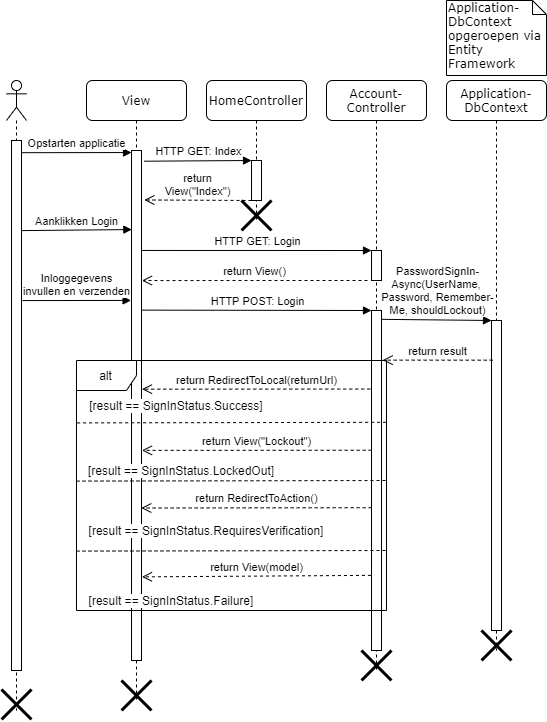
Above: documenten/analyseverslag/sequentiediagram/sequentiediagram_2.png in philipkukoba/Bachelors-Dissertation-DroneWebApp (draw.io), before the change. Source tidied: cells renumbered, new cells last; positions are measured from the earlier drawing's top-left corner, leaving out a move shared by most shapes. Source of this version:
```xml
<mxGraphModel background="#ffffff">
  <root>
    <mxCell id="0" />
    <mxCell id="1" parent="0" />
    <mxCell id="2" value="PasswordSignIn-&lt;br&gt;Async(UserName,&amp;nbsp;&lt;br&gt;Password, Remember-&lt;br&gt;Me, shouldLockout)" style="html=1;verticalAlign=bottom;endArrow=block;entryX=0;entryY=0;entryDx=0;entryDy=0;entryPerimeter=0;exitX=1.033;exitY=0.026;exitDx=0;exitDy=0;exitPerimeter=0;" parent="1" edge="1" source="11" target="15">
      <mxGeometry relative="1" as="geometry" />
    </mxCell>
    <mxCell id="3" value="View" style="shape=umlLifeline;perimeter=lifelinePerimeter;whiteSpace=wrap;html=1;rounded=1;shadow=0;comic=0;labelBackgroundColor=none;strokeWidth=1;fontFamily=Verdana;fontSize=12;align=center;" parent="1" vertex="1">
      <mxGeometry x="85" y="80" width="100" height="620" as="geometry" />
    </mxCell>
    <mxCell id="4" style="html=1;points=[];perimeter=orthogonalPerimeter;" parent="3" vertex="1">
      <mxGeometry x="45" y="70" width="10" height="510" as="geometry" />
    </mxCell>
    <mxCell id="5" value="&lt;span style=&quot;background-color: rgb(255 , 255 , 255)&quot;&gt;[result == SignInStatus.Success]&lt;/span&gt;" style="text;html=1;strokeColor=none;fillColor=none;align=center;verticalAlign=middle;whiteSpace=wrap;rounded=0;" parent="3" vertex="1">
      <mxGeometry y="315" width="180" height="20" as="geometry" />
    </mxCell>
    <mxCell id="6" style="shape=umlDestroy;whiteSpace=wrap;html=1;strokeWidth=3;" parent="3" vertex="1">
      <mxGeometry x="35" y="600" width="30" height="30" as="geometry" />
    </mxCell>
    <mxCell id="7" value="HomeController" style="shape=umlLifeline;perimeter=lifelinePerimeter;whiteSpace=wrap;html=1;rounded=1;shadow=0;comic=0;labelBackgroundColor=none;strokeWidth=1;fontFamily=Verdana;fontSize=12;align=center;" parent="1" vertex="1">
      <mxGeometry x="205" y="80" width="100" height="140" as="geometry" />
    </mxCell>
    <mxCell id="8" style="html=1;points=[];perimeter=orthogonalPerimeter;" parent="7" vertex="1">
      <mxGeometry x="45" y="80" width="10" height="40" as="geometry" />
    </mxCell>
    <mxCell id="9" style="shape=umlDestroy;whiteSpace=wrap;html=1;strokeWidth=3;" parent="7" vertex="1">
      <mxGeometry x="35" y="120" width="30" height="30" as="geometry" />
    </mxCell>
    <mxCell id="10" value="Account-Controller" style="shape=umlLifeline;perimeter=lifelinePerimeter;whiteSpace=wrap;html=1;rounded=1;shadow=0;comic=0;labelBackgroundColor=none;strokeWidth=1;fontFamily=Verdana;fontSize=12;align=center;" parent="1" vertex="1">
      <mxGeometry x="325" y="80" width="100" height="590" as="geometry" />
    </mxCell>
    <mxCell id="11" style="html=1;points=[];perimeter=orthogonalPerimeter;strokeWidth=1;" parent="10" vertex="1">
      <mxGeometry x="45" y="230" width="10" height="340" as="geometry" />
    </mxCell>
    <mxCell id="12" style="html=1;points=[];perimeter=orthogonalPerimeter;strokeWidth=1;" parent="10" vertex="1">
      <mxGeometry x="45" y="170" width="10" height="30" as="geometry" />
    </mxCell>
    <mxCell id="13" style="shape=umlDestroy;whiteSpace=wrap;html=1;strokeWidth=3;" parent="10" vertex="1">
      <mxGeometry x="35" y="570" width="30" height="30" as="geometry" />
    </mxCell>
    <mxCell id="14" value="Application-DbContext" style="shape=umlLifeline;perimeter=lifelinePerimeter;whiteSpace=wrap;html=1;rounded=1;shadow=0;comic=0;labelBackgroundColor=none;strokeWidth=1;fontFamily=Verdana;fontSize=12;align=center;" parent="1" vertex="1">
      <mxGeometry x="445" y="80" width="100" height="570" as="geometry" />
    </mxCell>
    <mxCell id="15" style="html=1;points=[];perimeter=orthogonalPerimeter;strokeWidth=1;" parent="14" vertex="1">
      <mxGeometry x="45" y="240" width="10" height="310" as="geometry" />
    </mxCell>
    <mxCell id="16" style="shape=umlDestroy;whiteSpace=wrap;html=1;strokeWidth=3;" parent="14" vertex="1">
      <mxGeometry x="35" y="550" width="30" height="30" as="geometry" />
    </mxCell>
    <mxCell id="17" style="shape=umlLifeline;participant=umlActor;perimeter=lifelinePerimeter;whiteSpace=wrap;html=1;verticalAlign=top;spacingTop=36;labelBackgroundColor=#ffffff;" parent="1" vertex="1">
      <mxGeometry x="5" y="80" width="20" height="630" as="geometry" />
    </mxCell>
    <mxCell id="18" style="html=1;points=[];perimeter=orthogonalPerimeter;" parent="17" vertex="1">
      <mxGeometry x="5" y="60" width="10" height="530" as="geometry" />
    </mxCell>
    <mxCell id="19" value="Opstarten applicatie" style="html=1;verticalAlign=bottom;endArrow=block;exitX=1;exitY=0.023;exitDx=0;exitDy=0;exitPerimeter=0;entryX=0;entryY=0.004;entryDx=0;entryDy=0;entryPerimeter=0;" parent="1" edge="1" source="18" target="4">
      <mxGeometry relative="1" as="geometry" />
    </mxCell>
    <mxCell id="20" value="HTTP GET: Index" style="html=1;verticalAlign=bottom;endArrow=block;entryX=0;entryY=0;entryDx=0;entryDy=0;entryPerimeter=0;exitX=1.283;exitY=0.021;exitDx=0;exitDy=0;exitPerimeter=0;" parent="1" edge="1" source="4" target="8">
      <mxGeometry relative="1" as="geometry" />
    </mxCell>
    <mxCell id="21" value="return&lt;br&gt;View(&quot;Index&quot;)" style="html=1;verticalAlign=bottom;endArrow=open;dashed=1;endSize=8;exitX=0;exitY=1;exitDx=0;exitDy=0;exitPerimeter=0;entryX=1.283;entryY=0.097;entryDx=0;entryDy=0;entryPerimeter=0;" parent="1" edge="1" source="8" target="4">
      <mxGeometry relative="1" as="geometry" />
    </mxCell>
    <mxCell id="22" value="Aanklikken Login" style="html=1;verticalAlign=bottom;endArrow=block;exitX=1;exitY=0.17;exitDx=0;exitDy=0;exitPerimeter=0;entryX=0.033;entryY=0.155;entryDx=0;entryDy=0;entryPerimeter=0;" parent="1" edge="1" source="18" target="4">
      <mxGeometry relative="1" as="geometry" />
    </mxCell>
    <mxCell id="23" value="HTTP GET: Login" style="html=1;verticalAlign=bottom;endArrow=block;exitX=1.043;exitY=0.196;exitDx=0;exitDy=0;exitPerimeter=0;entryX=0;entryY=0;entryDx=0;entryDy=0;entryPerimeter=0;" parent="1" edge="1" source="4" target="12">
      <mxGeometry relative="1" as="geometry" />
    </mxCell>
    <mxCell id="24" value="return View()" style="html=1;verticalAlign=bottom;endArrow=open;dashed=1;endSize=8;exitX=-0.4;exitY=1;exitDx=0;exitDy=0;exitPerimeter=0;entryX=1.043;entryY=0.255;entryDx=0;entryDy=0;entryPerimeter=0;" parent="1" edge="1" source="12" target="4">
      <mxGeometry relative="1" as="geometry" />
    </mxCell>
    <mxCell id="25" value="Inloggegevens&lt;br&gt;invullen en verzenden" style="html=1;verticalAlign=bottom;endArrow=block;exitX=1.1;exitY=0.302;exitDx=0;exitDy=0;exitPerimeter=0;entryX=-0.043;entryY=0.294;entryDx=0;entryDy=0;entryPerimeter=0;" parent="1" edge="1" source="18" target="4">
      <mxGeometry relative="1" as="geometry" />
    </mxCell>
    <mxCell id="26" value="HTTP POST: Login" style="html=1;verticalAlign=bottom;endArrow=block;exitX=1.043;exitY=0.313;exitDx=0;exitDy=0;exitPerimeter=0;entryX=0;entryY=0;entryDx=0;entryDy=0;entryPerimeter=0;" parent="1" edge="1" source="4" target="11">
      <mxGeometry relative="1" as="geometry" />
    </mxCell>
    <mxCell id="27" value="Application-DbContext opgeroepen via Entity Framework" style="shape=note;whiteSpace=wrap;html=1;size=14;verticalAlign=top;align=left;spacingTop=-6;rounded=0;shadow=0;comic=0;labelBackgroundColor=none;strokeWidth=1;fontFamily=Verdana;fontSize=12;" parent="1" vertex="1">
      <mxGeometry x="445" width="100" height="75" as="geometry" />
    </mxCell>
    <mxCell id="28" value="return result" style="html=1;verticalAlign=bottom;endArrow=open;dashed=1;endSize=8;exitX=0.117;exitY=0.128;exitDx=0;exitDy=0;exitPerimeter=0;entryX=1.117;entryY=0.146;entryDx=0;entryDy=0;entryPerimeter=0;" parent="1" edge="1" source="15" target="11">
      <mxGeometry relative="1" as="geometry" />
    </mxCell>
    <mxCell id="29" value="return RedirectToLocal(returnUrl)" style="html=1;verticalAlign=bottom;endArrow=open;dashed=1;endSize=8;entryX=1.048;entryY=0.468;entryDx=0;entryDy=0;entryPerimeter=0;exitX=-0.124;exitY=0.231;exitDx=0;exitDy=0;exitPerimeter=0;" parent="1" edge="1" source="11" target="4">
      <mxGeometry relative="1" as="geometry" />
    </mxCell>
    <mxCell id="30" value="return View(&quot;Lockout&quot;)" style="html=1;verticalAlign=bottom;endArrow=open;dashed=1;endSize=8;entryX=1.048;entryY=0.588;entryDx=0;entryDy=0;entryPerimeter=0;exitX=0.014;exitY=0.411;exitDx=0;exitDy=0;exitPerimeter=0;" parent="1" edge="1" source="11" target="4">
      <mxGeometry relative="1" as="geometry" />
    </mxCell>
    <mxCell id="31" value="&lt;span style=&quot;background-color: rgb(255 , 255 , 255)&quot;&gt;[result == SignInStatus.LockedOut]&lt;/span&gt;" style="text;html=1;strokeColor=none;fillColor=none;align=center;verticalAlign=middle;whiteSpace=wrap;rounded=0;" parent="1" vertex="1">
      <mxGeometry x="85" y="460" width="190" height="20" as="geometry" />
    </mxCell>
    <mxCell id="32" value="return RedirectToAction()" style="html=1;verticalAlign=bottom;endArrow=open;dashed=1;endSize=8;entryX=0.979;entryY=0.701;entryDx=0;entryDy=0;entryPerimeter=0;exitX=0.014;exitY=0.58;exitDx=0;exitDy=0;exitPerimeter=0;" parent="1" edge="1" source="11" target="4">
      <mxGeometry relative="1" as="geometry" />
    </mxCell>
    <mxCell id="33" value="&lt;span style=&quot;background-color: rgb(255 , 255 , 255)&quot;&gt;[result == SignInStatus.RequiresVerification]&lt;/span&gt;" style="text;html=1;strokeColor=none;fillColor=none;align=center;verticalAlign=middle;whiteSpace=wrap;rounded=0;" parent="1" vertex="1">
      <mxGeometry x="85" y="520" width="240" height="20" as="geometry" />
    </mxCell>
    <mxCell id="34" value="return View(model)" style="html=1;verticalAlign=bottom;endArrow=open;dashed=1;endSize=8;exitX=-0.055;exitY=0.779;exitDx=0;exitDy=0;exitPerimeter=0;entryX=1.048;entryY=0.836;entryDx=0;entryDy=0;entryPerimeter=0;" parent="1" edge="1" source="11" target="4">
      <mxGeometry relative="1" as="geometry" />
    </mxCell>
    <mxCell id="35" style="endArrow=none;dashed=1;html=1;entryX=1.001;entryY=0.234;entryDx=0;entryDy=0;entryPerimeter=0;exitX=0.002;exitY=0.237;exitDx=0;exitDy=0;exitPerimeter=0;" parent="1" edge="1">
      <mxGeometry relative="1" as="geometry">
        <mxPoint x="75.6" y="422.4" as="sourcePoint" />
        <mxPoint x="385.3" y="421.8" as="targetPoint" />
      </mxGeometry>
    </mxCell>
    <mxCell id="36" style="endArrow=none;dashed=1;html=1;entryX=1.001;entryY=0.234;entryDx=0;entryDy=0;entryPerimeter=0;exitX=0.002;exitY=0.237;exitDx=0;exitDy=0;exitPerimeter=0;" parent="1" edge="1">
      <mxGeometry relative="1" as="geometry">
        <mxPoint x="75" y="550.6" as="sourcePoint" />
        <mxPoint x="384.7" y="550" as="targetPoint" />
      </mxGeometry>
    </mxCell>
    <mxCell id="37" style="endArrow=none;dashed=1;html=1;entryX=1.001;entryY=0.234;entryDx=0;entryDy=0;entryPerimeter=0;exitX=0.002;exitY=0.237;exitDx=0;exitDy=0;exitPerimeter=0;" parent="1" edge="1">
      <mxGeometry relative="1" as="geometry">
        <mxPoint x="75" y="480.6" as="sourcePoint" />
        <mxPoint x="384.7" y="480" as="targetPoint" />
      </mxGeometry>
    </mxCell>
    <mxCell id="38" value="&lt;span style=&quot;background-color: rgb(255 , 255 , 255)&quot;&gt;[result == SignInStatus.Failure]&lt;/span&gt;" style="text;html=1;strokeColor=none;fillColor=none;align=center;verticalAlign=middle;whiteSpace=wrap;rounded=0;" parent="1" vertex="1">
      <mxGeometry x="85" y="590" width="170" height="20" as="geometry" />
    </mxCell>
    <mxCell id="39" value="alt" style="shape=umlFrame;whiteSpace=wrap;html=1;strokeWidth=1;" parent="1" vertex="1">
      <mxGeometry x="75" y="360" width="310" height="250" as="geometry" />
    </mxCell>
    <mxCell id="40" style="shape=umlDestroy;whiteSpace=wrap;html=1;strokeWidth=3;" parent="1" vertex="1">
      <mxGeometry y="689" width="30" height="30" as="geometry" />
    </mxCell>
  </root>
</mxGraphModel>
```
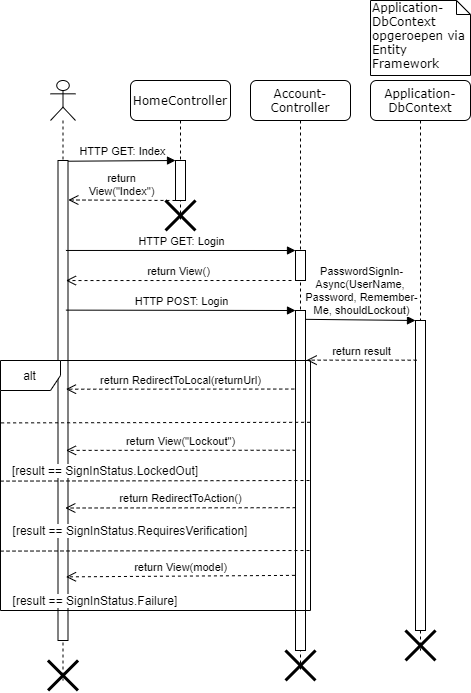
After the commit.

What changed in the source:
```diff
@@ -5,18 +5,6 @@
     <mxCell id="2" value="PasswordSignIn-&lt;br&gt;Async(UserName,&amp;nbsp;&lt;br&gt;Password, Remember-&lt;br&gt;Me, shouldLockout)" style="html=1;verticalAlign=bottom;endArrow=block;entryX=0;entryY=0;entryDx=0;entryDy=0;entryPerimeter=0;exitX=1.033;exitY=0.026;exitDx=0;exitDy=0;exitPerimeter=0;" parent="1" edge="1" source="11" target="15">
       <mxGeometry relative="1" as="geometry" />
     </mxCell>
-    <mxCell id="3" value="View" style="shape=umlLifeline;perimeter=lifelinePerimeter;whiteSpace=wrap;html=1;rounded=1;shadow=0;comic=0;labelBackgroundColor=none;strokeWidth=1;fontFamily=Verdana;fontSize=12;align=center;" parent="1" vertex="1">
-      <mxGeometry x="85" y="80" width="100" height="620" as="geometry" />
-    </mxCell>
-    <mxCell id="4" style="html=1;points=[];perimeter=orthogonalPerimeter;" parent="3" vertex="1">
-      <mxGeometry x="45" y="70" width="10" height="510" as="geometry" />
-    </mxCell>
-    <mxCell id="5" value="&lt;span style=&quot;background-color: rgb(255 , 255 , 255)&quot;&gt;[result == SignInStatus.Success]&lt;/span&gt;" style="text;html=1;strokeColor=none;fillColor=none;align=center;verticalAlign=middle;whiteSpace=wrap;rounded=0;" parent="3" vertex="1">
-      <mxGeometry y="315" width="180" height="20" as="geometry" />
-    </mxCell>
-    <mxCell id="6" style="shape=umlDestroy;whiteSpace=wrap;html=1;strokeWidth=3;" parent="3" vertex="1">
-      <mxGeometry x="35" y="600" width="30" height="30" as="geometry" />
-    </mxCell>
     <mxCell id="7" value="HomeController" style="shape=umlLifeline;perimeter=lifelinePerimeter;whiteSpace=wrap;html=1;rounded=1;shadow=0;comic=0;labelBackgroundColor=none;strokeWidth=1;fontFamily=Verdana;fontSize=12;align=center;" parent="1" vertex="1">
       <mxGeometry x="205" y="80" width="100" height="140" as="geometry" />
     </mxCell>
@@ -48,34 +36,38 @@
       <mxGeometry x="35" y="550" width="30" height="30" as="geometry" />
     </mxCell>
     <mxCell id="17" style="shape=umlLifeline;participant=umlActor;perimeter=lifelinePerimeter;whiteSpace=wrap;html=1;verticalAlign=top;spacingTop=36;labelBackgroundColor=#ffffff;" parent="1" vertex="1">
-      <mxGeometry x="5" y="80" width="20" height="630" as="geometry" />
+      <mxGeometry x="125" y="80" width="25" height="600" as="geometry" />
     </mxCell>
     <mxCell id="18" style="html=1;points=[];perimeter=orthogonalPerimeter;" parent="17" vertex="1">
-      <mxGeometry x="5" y="60" width="10" height="530" as="geometry" />
+      <mxGeometry x="7.5" y="80" width="10" height="480" as="geometry" />
     </mxCell>
-    <mxCell id="19" value="Opstarten applicatie" style="html=1;verticalAlign=bottom;endArrow=block;exitX=1;exitY=0.023;exitDx=0;exitDy=0;exitPerimeter=0;entryX=0;entryY=0.004;entryDx=0;entryDy=0;entryPerimeter=0;" parent="1" edge="1" source="18" target="4">
-      <mxGeometry relative="1" as="geometry" />
-    </mxCell>
+    <mxCell id="40" style="shape=umlDestroy;whiteSpace=wrap;html=1;strokeWidth=3;" parent="17" vertex="1">
+      <mxGeometry x="-2.5" y="580" width="30" height="30" as="geometry" />
+    </mxCell>
-    <mxCell id="20" value="HTTP GET: Index" style="html=1;verticalAlign=bottom;endArrow=block;entryX=0;entryY=0;entryDx=0;entryDy=0;entryPerimeter=0;exitX=1.283;exitY=0.021;exitDx=0;exitDy=0;exitPerimeter=0;" parent="1" edge="1" source="4" target="8">
-      <mxGeometry relative="1" as="geometry" />
+    <mxCell id="20" value="HTTP GET: Index" style="html=1;verticalAlign=bottom;endArrow=block;entryX=0;entryY=0;entryDx=0;entryDy=0;entryPerimeter=0;exitX=1.283;exitY=0.021;exitDx=0;exitDy=0;exitPerimeter=0;" parent="1" edge="1" target="8">
+      <mxGeometry relative="1" as="geometry">
+        <mxPoint x="142.8" y="160.7" as="sourcePoint" />
+      </mxGeometry>
     </mxCell>
-    <mxCell id="21" value="return&lt;br&gt;View(&quot;Index&quot;)" style="html=1;verticalAlign=bottom;endArrow=open;dashed=1;endSize=8;exitX=0;exitY=1;exitDx=0;exitDy=0;exitPerimeter=0;entryX=1.283;entryY=0.097;entryDx=0;entryDy=0;entryPerimeter=0;" parent="1" edge="1" source="8" target="4">
-      <mxGeometry relative="1" as="geometry" />
+    <mxCell id="21" value="return&lt;br&gt;View(&quot;Index&quot;)" style="html=1;verticalAlign=bottom;endArrow=open;dashed=1;endSize=8;exitX=0;exitY=1;exitDx=0;exitDy=0;exitPerimeter=0;entryX=1.283;entryY=0.097;entryDx=0;entryDy=0;entryPerimeter=0;" parent="1" edge="1" source="8">
+      <mxGeometry relative="1" as="geometry">
+        <mxPoint x="142.8" y="199.5" as="targetPoint" />
+      </mxGeometry>
     </mxCell>
-    <mxCell id="22" value="Aanklikken Login" style="html=1;verticalAlign=bottom;endArrow=block;exitX=1;exitY=0.17;exitDx=0;exitDy=0;exitPerimeter=0;entryX=0.033;entryY=0.155;entryDx=0;entryDy=0;entryPerimeter=0;" parent="1" edge="1" source="18" target="4">
-      <mxGeometry relative="1" as="geometry" />
-    </mxCell>
-    <mxCell id="23" value="HTTP GET: Login" style="html=1;verticalAlign=bottom;endArrow=block;exitX=1.043;exitY=0.196;exitDx=0;exitDy=0;exitPerimeter=0;entryX=0;entryY=0;entryDx=0;entryDy=0;entryPerimeter=0;" parent="1" edge="1" source="4" target="12">
-      <mxGeometry relative="1" as="geometry" />
+    <mxCell id="23" value="HTTP GET: Login" style="html=1;verticalAlign=bottom;endArrow=block;exitX=1.043;exitY=0.196;exitDx=0;exitDy=0;exitPerimeter=0;entryX=0;entryY=0;entryDx=0;entryDy=0;entryPerimeter=0;" parent="1" edge="1" target="12">
+      <mxGeometry relative="1" as="geometry">
+        <mxPoint x="140.4" y="250" as="sourcePoint" />
+      </mxGeometry>
     </mxCell>
-    <mxCell id="24" value="return View()" style="html=1;verticalAlign=bottom;endArrow=open;dashed=1;endSize=8;exitX=-0.4;exitY=1;exitDx=0;exitDy=0;exitPerimeter=0;entryX=1.043;entryY=0.255;entryDx=0;entryDy=0;entryPerimeter=0;" parent="1" edge="1" source="12" target="4">
-      <mxGeometry relative="1" as="geometry" />
+    <mxCell id="24" value="return View()" style="html=1;verticalAlign=bottom;endArrow=open;dashed=1;endSize=8;exitX=-0.4;exitY=1;exitDx=0;exitDy=0;exitPerimeter=0;entryX=1.043;entryY=0.255;entryDx=0;entryDy=0;entryPerimeter=0;" parent="1" edge="1" source="12">
+      <mxGeometry relative="1" as="geometry">
+        <mxPoint x="140.4" y="280" as="targetPoint" />
+      </mxGeometry>
     </mxCell>
-    <mxCell id="25" value="Inloggegevens&lt;br&gt;invullen en verzenden" style="html=1;verticalAlign=bottom;endArrow=block;exitX=1.1;exitY=0.302;exitDx=0;exitDy=0;exitPerimeter=0;entryX=-0.043;entryY=0.294;entryDx=0;entryDy=0;entryPerimeter=0;" parent="1" edge="1" source="18" target="4">
-      <mxGeometry relative="1" as="geometry" />
-    </mxCell>
-    <mxCell id="26" value="HTTP POST: Login" style="html=1;verticalAlign=bottom;endArrow=block;exitX=1.043;exitY=0.313;exitDx=0;exitDy=0;exitPerimeter=0;entryX=0;entryY=0;entryDx=0;entryDy=0;entryPerimeter=0;" parent="1" edge="1" source="4" target="11">
-      <mxGeometry relative="1" as="geometry" />
+    <mxCell id="26" value="HTTP POST: Login" style="html=1;verticalAlign=bottom;endArrow=block;exitX=1.043;exitY=0.313;exitDx=0;exitDy=0;exitPerimeter=0;entryX=0;entryY=0;entryDx=0;entryDy=0;entryPerimeter=0;" parent="1" edge="1" target="11">
+      <mxGeometry relative="1" as="geometry">
+        <mxPoint x="140.4" y="309.6" as="sourcePoint" />
+      </mxGeometry>
     </mxCell>
     <mxCell id="27" value="Application-DbContext opgeroepen via Entity Framework" style="shape=note;whiteSpace=wrap;html=1;size=14;verticalAlign=top;align=left;spacingTop=-6;rounded=0;shadow=0;comic=0;labelBackgroundColor=none;strokeWidth=1;fontFamily=Verdana;fontSize=12;" parent="1" vertex="1">
       <mxGeometry x="445" width="100" height="75" as="geometry" />
@@ -83,23 +75,31 @@
     <mxCell id="28" value="return result" style="html=1;verticalAlign=bottom;endArrow=open;dashed=1;endSize=8;exitX=0.117;exitY=0.128;exitDx=0;exitDy=0;exitPerimeter=0;entryX=1.117;entryY=0.146;entryDx=0;entryDy=0;entryPerimeter=0;" parent="1" edge="1" source="15" target="11">
       <mxGeometry relative="1" as="geometry" />
     </mxCell>
-    <mxCell id="29" value="return RedirectToLocal(returnUrl)" style="html=1;verticalAlign=bottom;endArrow=open;dashed=1;endSize=8;entryX=1.048;entryY=0.468;entryDx=0;entryDy=0;entryPerimeter=0;exitX=-0.124;exitY=0.231;exitDx=0;exitDy=0;exitPerimeter=0;" parent="1" edge="1" source="11" target="4">
-      <mxGeometry relative="1" as="geometry" />
+    <mxCell id="29" value="return RedirectToLocal(returnUrl)" style="html=1;verticalAlign=bottom;endArrow=open;dashed=1;endSize=8;entryX=1.048;entryY=0.468;entryDx=0;entryDy=0;entryPerimeter=0;exitX=-0.124;exitY=0.231;exitDx=0;exitDy=0;exitPerimeter=0;" parent="1" edge="1" source="11">
+      <mxGeometry relative="1" as="geometry">
+        <mxPoint x="140.5" y="388.7" as="targetPoint" />
+      </mxGeometry>
     </mxCell>
-    <mxCell id="30" value="return View(&quot;Lockout&quot;)" style="html=1;verticalAlign=bottom;endArrow=open;dashed=1;endSize=8;entryX=1.048;entryY=0.588;entryDx=0;entryDy=0;entryPerimeter=0;exitX=0.014;exitY=0.411;exitDx=0;exitDy=0;exitPerimeter=0;" parent="1" edge="1" source="11" target="4">
-      <mxGeometry relative="1" as="geometry" />
+    <mxCell id="30" value="return View(&quot;Lockout&quot;)" style="html=1;verticalAlign=bottom;endArrow=open;dashed=1;endSize=8;entryX=1.048;entryY=0.588;entryDx=0;entryDy=0;entryPerimeter=0;exitX=0.014;exitY=0.411;exitDx=0;exitDy=0;exitPerimeter=0;" parent="1" edge="1" source="11">
+      <mxGeometry relative="1" as="geometry">
+        <mxPoint x="140.5" y="449.9" as="targetPoint" />
+      </mxGeometry>
     </mxCell>
     <mxCell id="31" value="&lt;span style=&quot;background-color: rgb(255 , 255 , 255)&quot;&gt;[result == SignInStatus.LockedOut]&lt;/span&gt;" style="text;html=1;strokeColor=none;fillColor=none;align=center;verticalAlign=middle;whiteSpace=wrap;rounded=0;" parent="1" vertex="1">
       <mxGeometry x="85" y="460" width="190" height="20" as="geometry" />
     </mxCell>
-    <mxCell id="32" value="return RedirectToAction()" style="html=1;verticalAlign=bottom;endArrow=open;dashed=1;endSize=8;entryX=0.979;entryY=0.701;entryDx=0;entryDy=0;entryPerimeter=0;exitX=0.014;exitY=0.58;exitDx=0;exitDy=0;exitPerimeter=0;" parent="1" edge="1" source="11" target="4">
-      <mxGeometry relative="1" as="geometry" />
+    <mxCell id="32" value="return RedirectToAction()" style="html=1;verticalAlign=bottom;endArrow=open;dashed=1;endSize=8;entryX=0.979;entryY=0.701;entryDx=0;entryDy=0;entryPerimeter=0;exitX=0.014;exitY=0.58;exitDx=0;exitDy=0;exitPerimeter=0;" parent="1" edge="1" source="11">
+      <mxGeometry relative="1" as="geometry">
+        <mxPoint x="139.8" y="507.5" as="targetPoint" />
+      </mxGeometry>
     </mxCell>
     <mxCell id="33" value="&lt;span style=&quot;background-color: rgb(255 , 255 , 255)&quot;&gt;[result == SignInStatus.RequiresVerification]&lt;/span&gt;" style="text;html=1;strokeColor=none;fillColor=none;align=center;verticalAlign=middle;whiteSpace=wrap;rounded=0;" parent="1" vertex="1">
       <mxGeometry x="85" y="520" width="240" height="20" as="geometry" />
     </mxCell>
-    <mxCell id="34" value="return View(model)" style="html=1;verticalAlign=bottom;endArrow=open;dashed=1;endSize=8;exitX=-0.055;exitY=0.779;exitDx=0;exitDy=0;exitPerimeter=0;entryX=1.048;entryY=0.836;entryDx=0;entryDy=0;entryPerimeter=0;" parent="1" edge="1" source="11" target="4">
-      <mxGeometry relative="1" as="geometry" />
+    <mxCell id="34" value="return View(model)" style="html=1;verticalAlign=bottom;endArrow=open;dashed=1;endSize=8;exitX=-0.055;exitY=0.779;exitDx=0;exitDy=0;exitPerimeter=0;entryX=1.048;entryY=0.836;entryDx=0;entryDy=0;entryPerimeter=0;" parent="1" edge="1" source="11">
+      <mxGeometry relative="1" as="geometry">
+        <mxPoint x="140.5" y="576.4" as="targetPoint" />
+      </mxGeometry>
     </mxCell>
     <mxCell id="35" style="endArrow=none;dashed=1;html=1;entryX=1.001;entryY=0.234;entryDx=0;entryDy=0;entryPerimeter=0;exitX=0.002;exitY=0.237;exitDx=0;exitDy=0;exitPerimeter=0;" parent="1" edge="1">
       <mxGeometry relative="1" as="geometry">
@@ -125,8 +125,5 @@
     <mxCell id="39" value="alt" style="shape=umlFrame;whiteSpace=wrap;html=1;strokeWidth=1;" parent="1" vertex="1">
       <mxGeometry x="75" y="360" width="310" height="250" as="geometry" />
     </mxCell>
-    <mxCell id="40" style="shape=umlDestroy;whiteSpace=wrap;html=1;strokeWidth=3;" parent="1" vertex="1">
-      <mxGeometry y="689" width="30" height="30" as="geometry" />
-    </mxCell>
   </root>
 </mxGraphModel>
```
